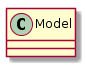
Earlier version of the PlantUML export report/figures/design/class/core/model.png (geoffjay/comp8506-docs).
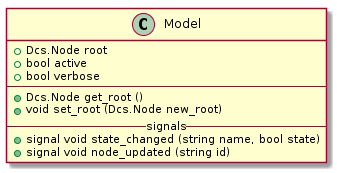
After the change.

What changed in the source:
```diff
@@ -1,5 +1,14 @@
 @startuml
 class Model {
+    +Dcs.Node root
+    +bool active
+    +bool verbose
+    ----
+    +Dcs.Node get_root ()
+    +void set_root (Dcs.Node new_root)
+    -- signals --
+    +signal void state_changed (string name, bool state)
+    +signal void node_updated (string id)
 }
 
 @enduml
```
